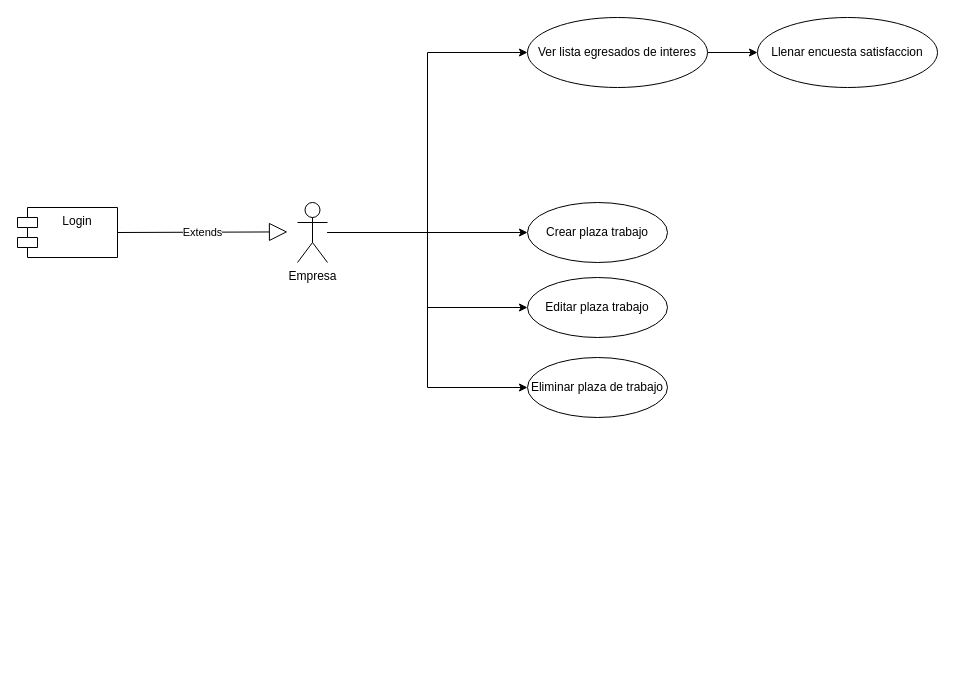
The draw.io diagram page "Modulo Empresa" (4 of 5) of Modelo datos.drawio in Jslquintero/Seguimiento-Egresados, before the edit. Source tidied: cells renumbered, new cells numbered last; positions are measured from the earlier drawing's top-left corner, leaving out a move shared by most shapes. Both pictures are drawn from the tidied source at 100%, with x=0, y=0 at pixel (17, 17).
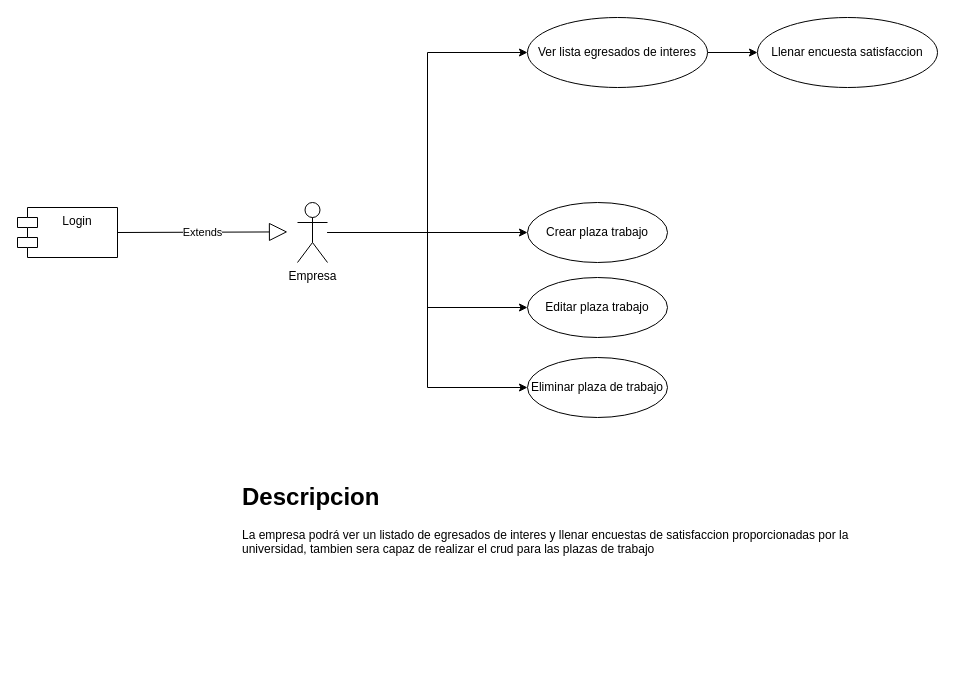
After the change.

Change to the diagram source:
```diff
@@
 <mxGraphModel>
   <root>
     <mxCell id="0" />
     <mxCell id="1" parent="0" />
     <mxCell id="2" value="Crear plaza trabajo" style="ellipse;whiteSpace=wrap;html=1;" parent="1" vertex="1">
       <mxGeometry x="510" y="185" width="140" height="60" as="geometry" />
     </mxCell>
     <mxCell id="3" value="Eliminar plaza de trabajo" style="ellipse;whiteSpace=wrap;html=1;" parent="1" vertex="1">
       <mxGeometry x="510" y="340" width="140" height="60" as="geometry" />
     </mxCell>
     <mxCell id="4" value="Editar plaza trabajo" style="ellipse;whiteSpace=wrap;html=1;" parent="1" vertex="1">
       <mxGeometry x="510" y="260" width="140" height="60" as="geometry" />
     </mxCell>
     <mxCell id="5" style="edgeStyle=orthogonalEdgeStyle;rounded=0;jettySize=auto;html=1;entryX=0;entryY=0.5;entryDx=0;entryDy=0;" parent="1" edge="1" source="9" target="11">
       <mxGeometry relative="1" as="geometry" />
     </mxCell>
     <mxCell id="6" style="edgeStyle=orthogonalEdgeStyle;rounded=0;jettySize=auto;html=1;entryX=0;entryY=0.5;entryDx=0;entryDy=0;" parent="1" edge="1" source="9" target="2">
       <mxGeometry relative="1" as="geometry" />
     </mxCell>
     <mxCell id="7" style="edgeStyle=orthogonalEdgeStyle;rounded=0;jettySize=auto;html=1;entryX=0;entryY=0.5;entryDx=0;entryDy=0;" parent="1" edge="1" source="9" target="4">
       <mxGeometry relative="1" as="geometry" />
     </mxCell>
     <mxCell id="8" style="edgeStyle=orthogonalEdgeStyle;rounded=0;jettySize=auto;html=1;entryX=0;entryY=0.5;entryDx=0;entryDy=0;" parent="1" edge="1" source="9" target="3">
       <mxGeometry relative="1" as="geometry" />
     </mxCell>
     <mxCell id="9" value="Empresa" style="shape=umlActor;verticalLabelPosition=bottom;verticalAlign=top;html=1;outlineConnect=0;" parent="1" vertex="1">
       <mxGeometry x="280" y="185" width="30" height="60" as="geometry" />
     </mxCell>
     <mxCell id="10" style="edgeStyle=orthogonalEdgeStyle;rounded=0;jettySize=auto;html=1;" parent="1" edge="1" source="11" target="12">
       <mxGeometry relative="1" as="geometry" />
     </mxCell>
     <mxCell id="11" value="Ver lista egresados de interes" style="ellipse;whiteSpace=wrap;html=1;" parent="1" vertex="1">
       <mxGeometry x="510" width="180" height="70" as="geometry" />
     </mxCell>
     <mxCell id="12" value="Llenar encuesta satisfaccion" style="ellipse;whiteSpace=wrap;html=1;" parent="1" vertex="1">
       <mxGeometry x="740" width="180" height="70" as="geometry" />
     </mxCell>
     <mxCell id="13" value="Login" style="shape=module;align=left;spacingLeft=20;align=center;verticalAlign=top;" parent="1" vertex="1">
       <mxGeometry y="190" width="100" height="50" as="geometry" />
     </mxCell>
     <mxCell id="14" value="Extends" style="endArrow=block;endSize=16;endFill=0;html=1;rounded=0;strokeColor=#000000;exitX=1;exitY=0.5;exitDx=0;exitDy=0;" parent="1" edge="1" source="13">
       <mxGeometry relative="1" as="geometry">
         <mxPoint x="270" y="214.4" as="targetPoint" />
       </mxGeometry>
     </mxCell>
+    <mxCell id="15" value="&lt;h1&gt;Descripcion&lt;/h1&gt;&lt;p&gt;La empresa podrá ver un listado de egresados de interes y llenar encuestas de satisfaccion proporcionadas por la universidad, tambien sera capaz de realizar el crud para las plazas de trabajo&lt;/p&gt;" style="text;html=1;strokeColor=none;fillColor=none;spacing=5;spacingTop=-20;whiteSpace=wrap;overflow=hidden;rounded=0;" parent="1" vertex="1">
+      <mxGeometry x="220" y="460" width="681" height="190" as="geometry" />
+    </mxCell>
   </root>
 </mxGraphModel>
```
